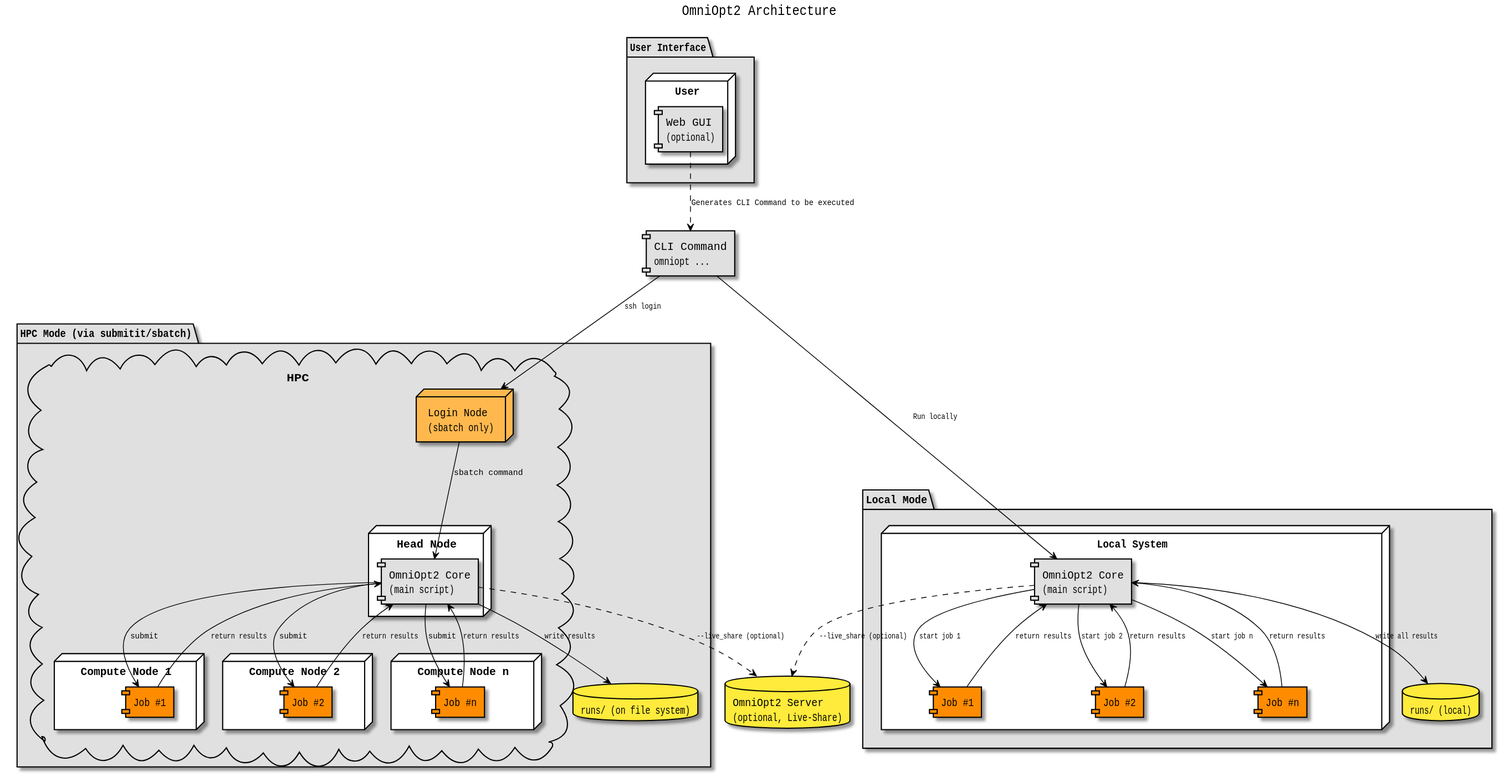
Above: .gui/documentation/output_light/architecture.svg in NormanTUD/OmniOpt (PlantUML), before the change.
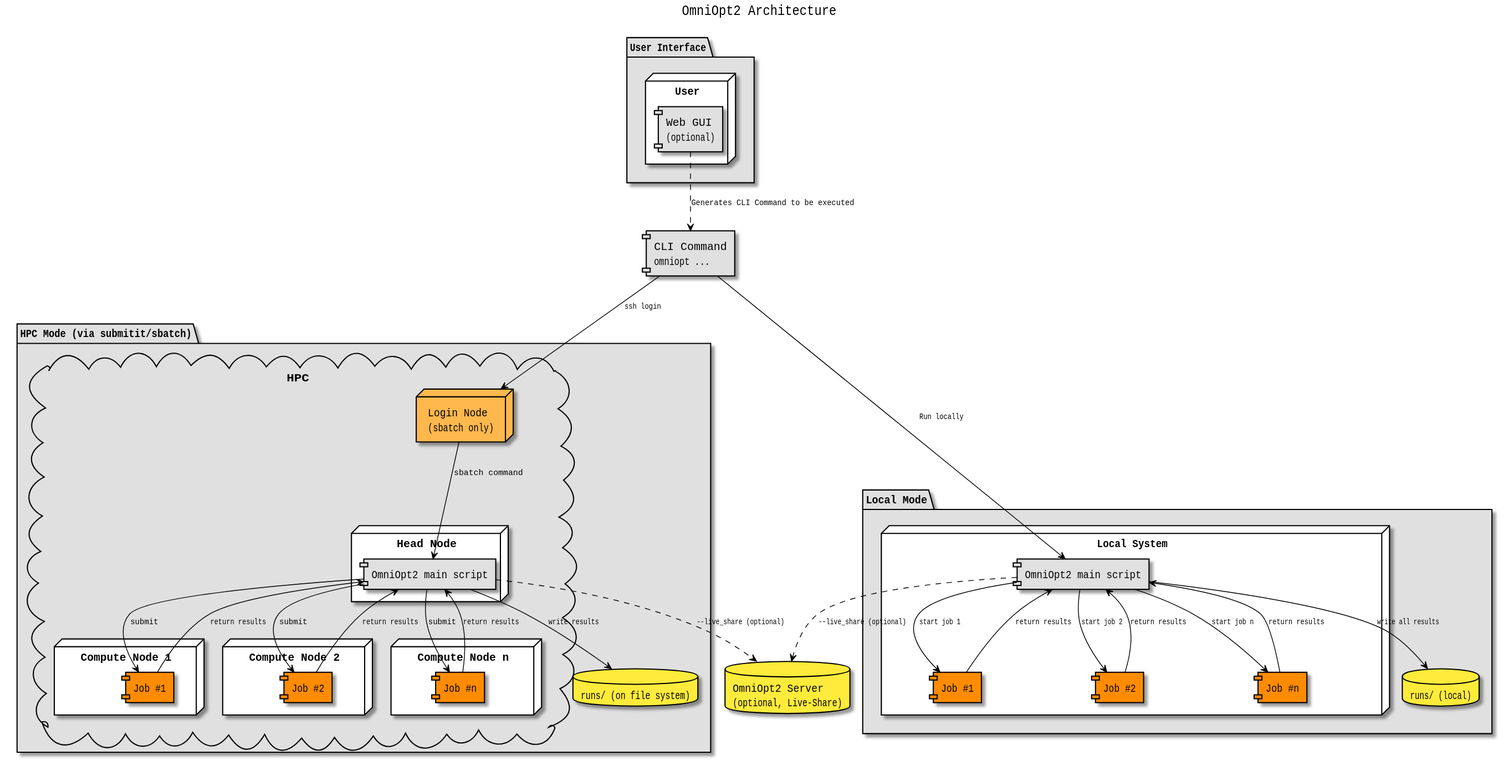
The same file after the commit.

The edit, as a diff of the source:
```diff
@@ -45,7 +45,7 @@
           database "runs/ (local)" as LocalRuns
 
           node "Local System" {
-                  component "OmniOpt2 Core\n(main script)" as LocalCore
+                  component "OmniOpt2 main script" as LocalCore
 
                     component "Job #1" as LocalJobs1 #FF8C00
                     component "Job #2" as LocalJobs2 #FF8C00
@@ -74,7 +74,7 @@
 
         node "Login Node\n(sbatch only)" as LoginNode #FFB84D
         node "Head Node" {
-          component "OmniOpt2 Core\n(main script)" as HPCMaster
+          component "OmniOpt2 main script" as HPCMaster
         }
         node "Compute Node 1" {
           component "Job #1" as Job1 #FF8C00
```
